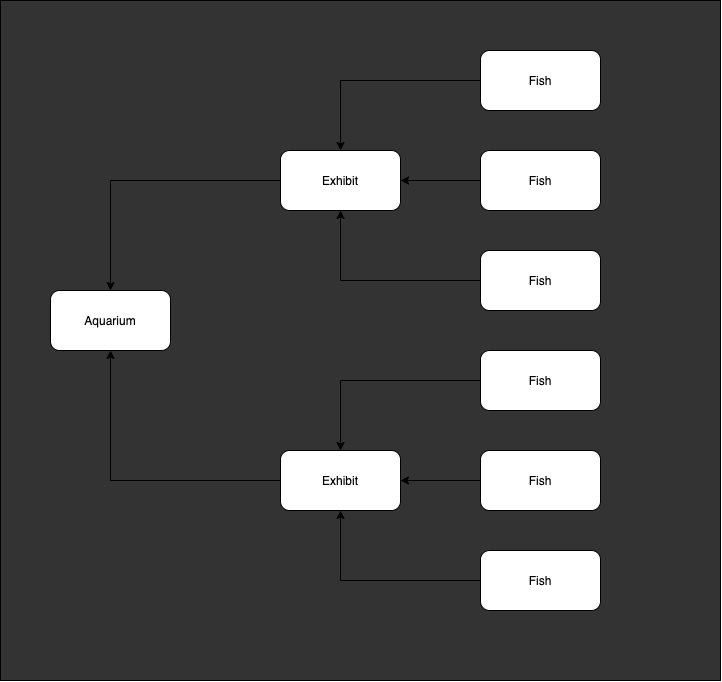
Above: has_many_through_diagram.drawio.png in weasel-fish/twitter_many_to_many (draw.io), before the change. Source tidied: cells renumbered, new cells last; positions are measured from the earlier drawing's top-left corner, leaving out a move shared by most shapes.
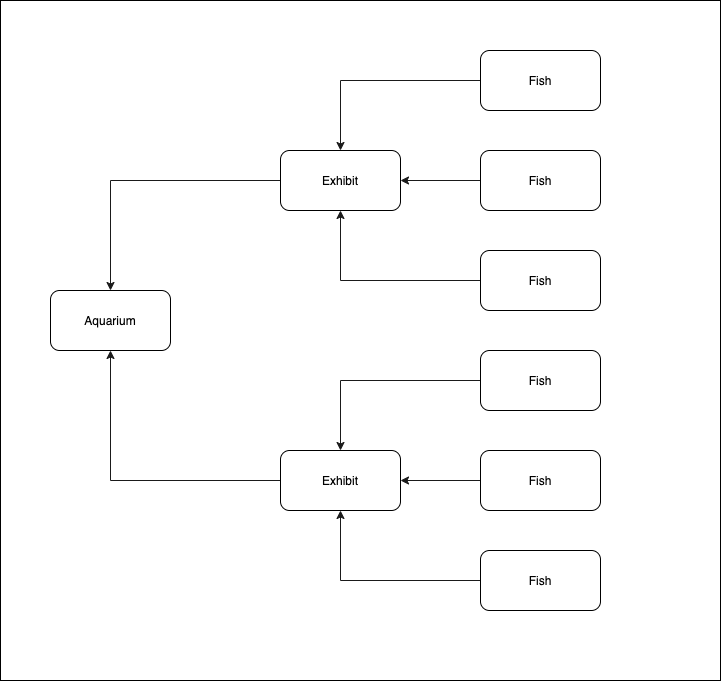
The same diagram one commit later.

Commit message:
change to white background

Change to the diagram source:
```diff
@@ -2,53 +2,53 @@
   <root>
     <mxCell id="0" />
     <mxCell id="1" value="bg" parent="0" />
-    <mxCell id="2" style="rounded=0;whiteSpace=wrap;html=1;fillColor=#333333;" parent="1" vertex="1">
+    <mxCell id="2" style="rounded=0;whiteSpace=wrap;html=1;fontStyle=1;fillColor=#FFFFFF;" parent="1" vertex="1">
       <mxGeometry width="720" height="680" as="geometry" />
     </mxCell>
     <mxCell id="3" parent="0" />
-    <mxCell id="4" style="edgeStyle=orthogonalEdgeStyle;rounded=0;jettySize=auto;html=1;" parent="3" edge="1" source="5" target="11">
+    <mxCell id="4" style="edgeStyle=orthogonalEdgeStyle;rounded=0;jettySize=auto;html=1;strokeColor=#1A1A1A;" parent="3" edge="1" source="5" target="11">
       <mxGeometry relative="1" as="geometry" />
     </mxCell>
     <mxCell id="5" value="Fish&lt;br&gt;" style="rounded=1;whiteSpace=wrap;html=1;" parent="3" vertex="1">
       <mxGeometry x="480" y="50" width="120" height="60" as="geometry" />
     </mxCell>
-    <mxCell id="6" style="edgeStyle=orthogonalEdgeStyle;rounded=0;jettySize=auto;html=1;entryX=0.5;entryY=1;entryDx=0;entryDy=0;" parent="3" edge="1" source="7" target="11">
+    <mxCell id="6" style="edgeStyle=orthogonalEdgeStyle;rounded=0;jettySize=auto;html=1;entryX=0.5;entryY=1;entryDx=0;entryDy=0;strokeColor=#1A1A1A;" parent="3" edge="1" source="7" target="11">
       <mxGeometry relative="1" as="geometry" />
     </mxCell>
     <mxCell id="7" value="Fish&lt;br&gt;" style="rounded=1;whiteSpace=wrap;html=1;" parent="3" vertex="1">
       <mxGeometry x="480" y="250" width="120" height="60" as="geometry" />
     </mxCell>
-    <mxCell id="8" style="edgeStyle=orthogonalEdgeStyle;rounded=0;jettySize=auto;html=1;" parent="3" edge="1" source="9" target="11">
+    <mxCell id="8" style="edgeStyle=orthogonalEdgeStyle;rounded=0;jettySize=auto;html=1;strokeColor=#1A1A1A;" parent="3" edge="1" source="9" target="11">
       <mxGeometry relative="1" as="geometry" />
     </mxCell>
     <mxCell id="9" value="Fish&lt;br&gt;" style="rounded=1;whiteSpace=wrap;html=1;" parent="3" vertex="1">
       <mxGeometry x="480" y="150" width="120" height="60" as="geometry" />
     </mxCell>
-    <mxCell id="10" style="edgeStyle=orthogonalEdgeStyle;rounded=0;jettySize=auto;html=1;" parent="3" edge="1" source="11" target="20">
+    <mxCell id="10" style="edgeStyle=orthogonalEdgeStyle;rounded=0;jettySize=auto;html=1;strokeColor=#1A1A1A;" parent="3" edge="1" source="11" target="20">
       <mxGeometry relative="1" as="geometry" />
     </mxCell>
     <mxCell id="11" value="Exhibit" style="rounded=1;whiteSpace=wrap;html=1;" parent="3" vertex="1">
       <mxGeometry x="280" y="150" width="120" height="60" as="geometry" />
     </mxCell>
-    <mxCell id="12" style="edgeStyle=orthogonalEdgeStyle;rounded=0;jettySize=auto;html=1;" parent="3" edge="1" source="13" target="19">
+    <mxCell id="12" style="edgeStyle=orthogonalEdgeStyle;rounded=0;jettySize=auto;html=1;strokeColor=#1A1A1A;" parent="3" edge="1" source="13" target="19">
       <mxGeometry relative="1" as="geometry" />
     </mxCell>
     <mxCell id="13" value="Fish&lt;br&gt;" style="rounded=1;whiteSpace=wrap;html=1;" parent="3" vertex="1">
       <mxGeometry x="480" y="350" width="120" height="60" as="geometry" />
     </mxCell>
-    <mxCell id="14" style="edgeStyle=orthogonalEdgeStyle;rounded=0;jettySize=auto;html=1;entryX=0.5;entryY=1;entryDx=0;entryDy=0;" parent="3" edge="1" source="15" target="19">
+    <mxCell id="14" style="edgeStyle=orthogonalEdgeStyle;rounded=0;jettySize=auto;html=1;entryX=0.5;entryY=1;entryDx=0;entryDy=0;strokeColor=#1A1A1A;" parent="3" edge="1" source="15" target="19">
       <mxGeometry relative="1" as="geometry" />
     </mxCell>
     <mxCell id="15" value="Fish&lt;br&gt;" style="rounded=1;whiteSpace=wrap;html=1;" parent="3" vertex="1">
       <mxGeometry x="480" y="550" width="120" height="60" as="geometry" />
     </mxCell>
-    <mxCell id="16" style="edgeStyle=orthogonalEdgeStyle;rounded=0;jettySize=auto;html=1;" parent="3" edge="1" source="17" target="19">
+    <mxCell id="16" style="edgeStyle=orthogonalEdgeStyle;rounded=0;jettySize=auto;html=1;strokeColor=#1A1A1A;" parent="3" edge="1" source="17" target="19">
       <mxGeometry relative="1" as="geometry" />
     </mxCell>
     <mxCell id="17" value="Fish&lt;br&gt;" style="rounded=1;whiteSpace=wrap;html=1;" parent="3" vertex="1">
       <mxGeometry x="480" y="450" width="120" height="60" as="geometry" />
     </mxCell>
-    <mxCell id="18" style="edgeStyle=orthogonalEdgeStyle;rounded=0;jettySize=auto;html=1;entryX=0.5;entryY=1;entryDx=0;entryDy=0;" parent="3" edge="1" source="19" target="20">
+    <mxCell id="18" style="edgeStyle=orthogonalEdgeStyle;rounded=0;jettySize=auto;html=1;entryX=0.5;entryY=1;entryDx=0;entryDy=0;strokeColor=#1A1A1A;" parent="3" edge="1" source="19" target="20">
       <mxGeometry relative="1" as="geometry" />
     </mxCell>
     <mxCell id="19" value="Exhibit" style="rounded=1;whiteSpace=wrap;html=1;" parent="3" vertex="1">
```
